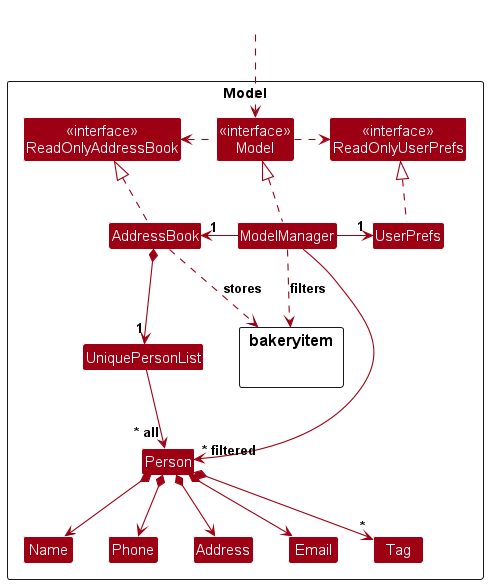
Before: docs/images/ModelClassDiagram.png, a diagram exported from PlantUML (AY2627S1-CS2103T-F14-3/tp).
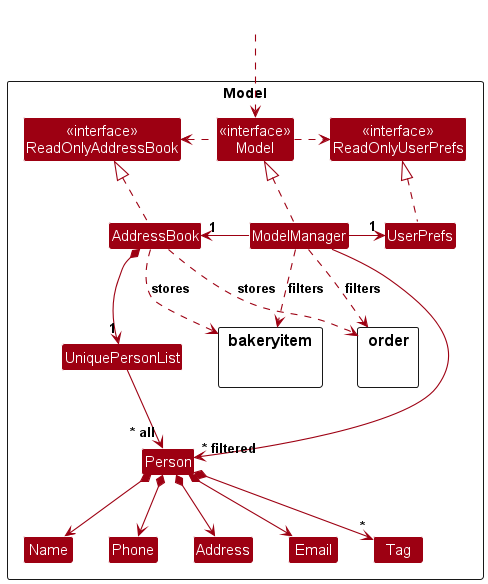
The same file after the commit.

Commit message:
Update DG diagrams to include orders

The edit, as a diff of the source:
```diff
@@ -21,6 +21,9 @@
 Class Tag
 
 package "bakeryitem" as BakeryItemPackage {
+}
+
+package "order" as OrderPackage {
 }
 
 Class I #FFFFFF
@@ -52,7 +55,9 @@
 Phone -[hidden]right-> Address
 Address -[hidden]right-> Email
 
-ModelManager --> "~* filtered" Person
 AddressBook ..> BakeryItemPackage : stores
 ModelManager ..> BakeryItemPackage : filters
+ModelManager --> "~* filtered" Person
+AddressBook ..> OrderPackage : stores
+ModelManager ..> OrderPackage : filters
 @enduml
```
